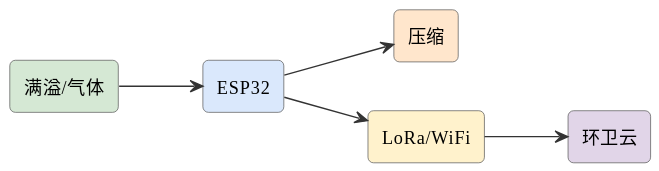
mingyi0818/IntelligentMcuCourse keeps this PlantUML diagram as assets/diagrams/ideas-fig108.svg. Above is the earlier version.
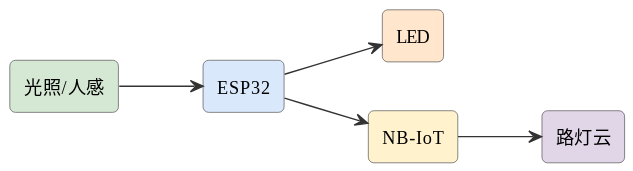
After the commit.

Change to the diagram source:
```diff
@@ -6,13 +6,13 @@
 skinparam arrowFontSize 11
 skinparam arrowColor #333
 left to right direction
-rectangle "满溢/气体" as fill #d5e8d4
+rectangle "光照/人感" as s #d5e8d4
 rectangle "ESP32" as esp #dae8fc
-rectangle "压缩" as comp #ffe6cc
-rectangle "LoRa/WiFi" as lora #fff2cc
-rectangle "环卫云" as cloud #e1d5e8
-fill --> esp
-esp --> comp
-esp --> lora
-lora --> cloud
+rectangle "LED" as led #ffe6cc
+rectangle "NB-IoT" as nb #fff2cc
+rectangle "路灯云" as cloud #e1d5e8
+s --> esp
+esp --> led
+esp --> nb
+nb --> cloud
 @enduml
```
